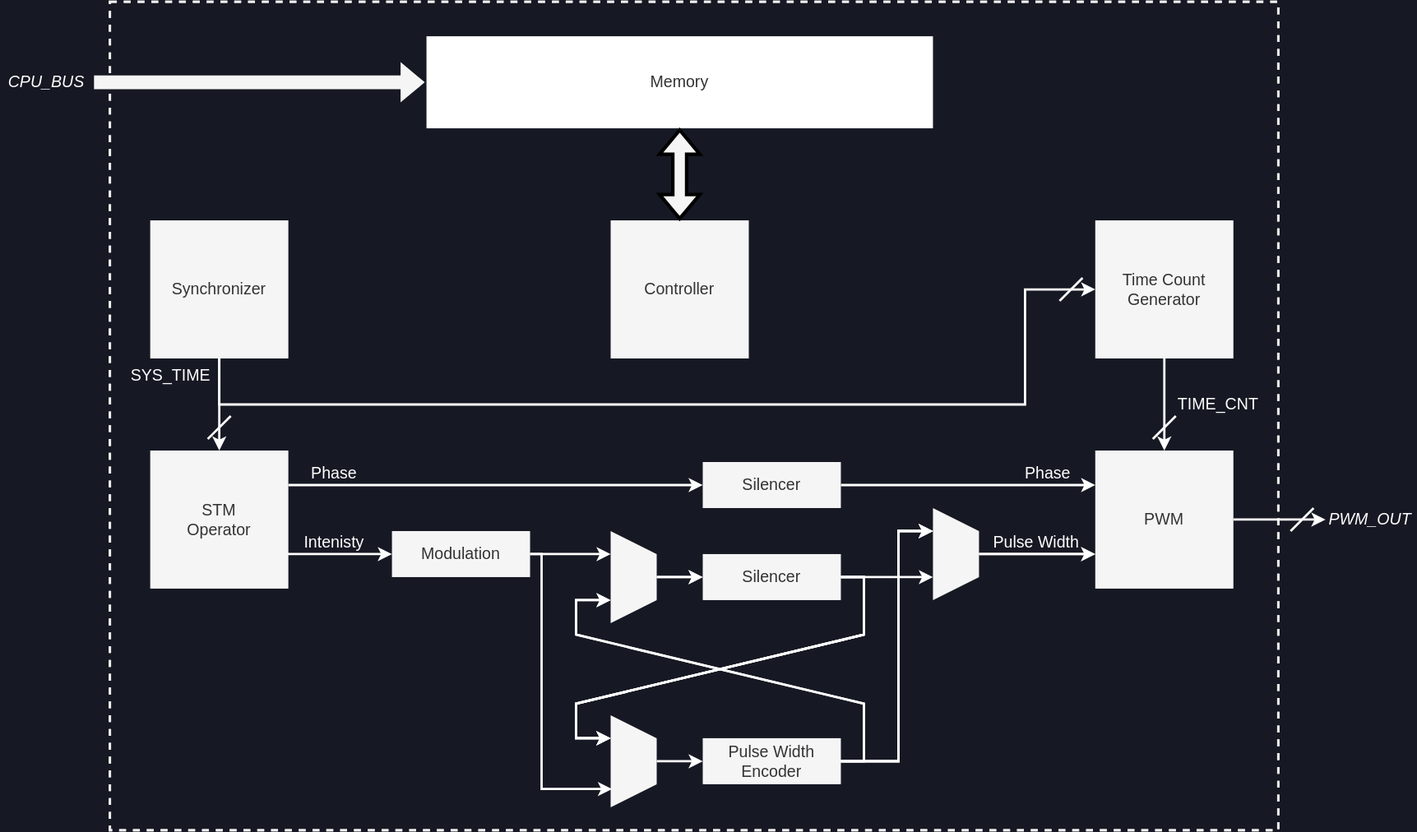
Before: src/jp/fig/Developers_Manual/FPGA/overview.svg, a diagram exported from draw.io (shinolab/autd3-doc). Source tidied: cells renumbered, new cells last; positions are measured from the earlier drawing's top-left corner, leaving out a move shared by most shapes.
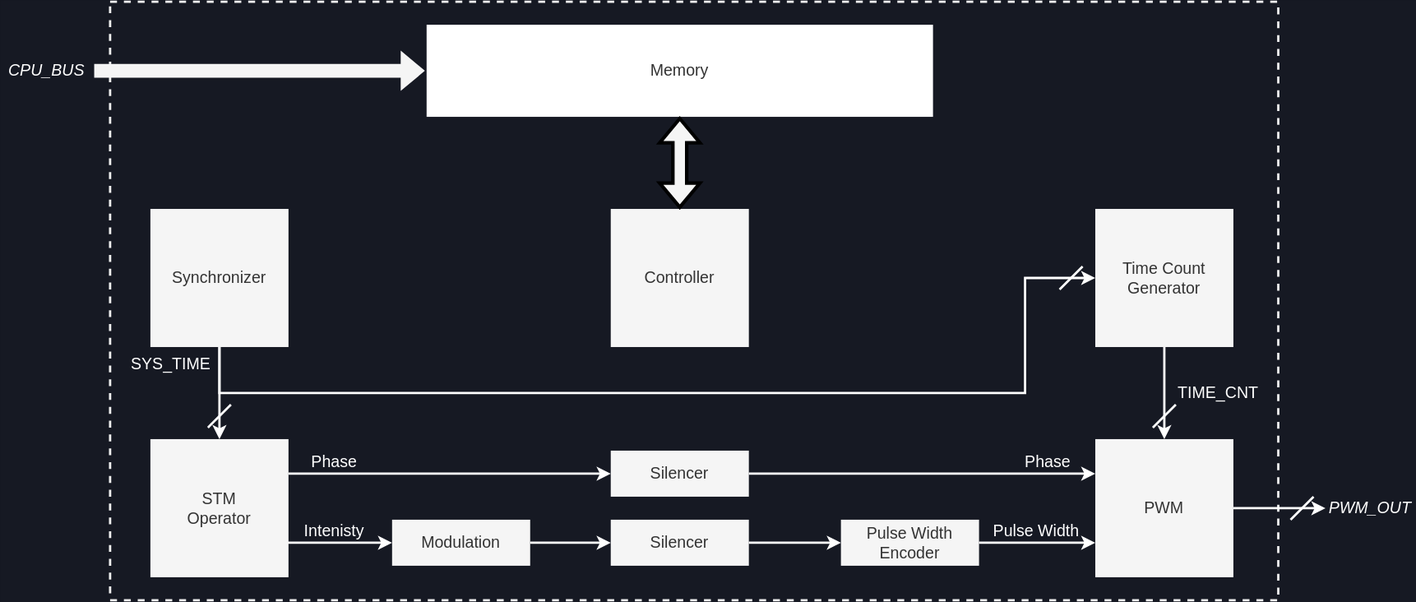
Later version of the same file.

The edit, as a diff of the source:
```diff
@@ -2,11 +2,8 @@
   <root>
     <mxCell id="0" />
     <mxCell id="1" parent="0" />
-    <mxCell id="2" style="rounded=0;whiteSpace=wrap;html=1;labelBackgroundColor=none;fontSize=14;fontColor=#333333;strokeColor=#F0F0F0;strokeWidth=2;fillColor=none;dashed=1;" parent="1" vertex="1">
-      <mxGeometry x="95" width="1015" height="720" as="geometry" />
-    </mxCell>
     <mxCell id="3" style="rounded=0;whiteSpace=wrap;html=1;labelBackgroundColor=none;fontSize=14;fontColor=#333333;strokeColor=#F0F0F0;strokeWidth=2;fillColor=none;dashed=1;" parent="1" vertex="1">
-      <mxGeometry x="95" width="1015" height="720" as="geometry" />
+      <mxGeometry x="95" y="10" width="1015" height="520" as="geometry" />
     </mxCell>
     <mxCell id="4" value="&lt;i style=&quot;font-size: 14px&quot;&gt;CPU_BUS&lt;/i&gt;" style="text;html=1;strokeColor=none;fillColor=none;align=center;verticalAlign=middle;whiteSpace=wrap;rounded=0;fontFamily=Helvetica;fontSize=14;fontColor=#FFFFFF;" parent="1" vertex="1">
       <mxGeometry y="50" width="79.7" height="40" as="geometry" />
@@ -110,201 +107,30 @@
       <mxGeometry relative="1" as="geometry" />
     </mxCell>
     <mxCell id="30" value="Silencer" style="rounded=0;whiteSpace=wrap;html=1;fontFamily=Helvetica;fontSize=14;fontColor=#333333;strokeColor=none;strokeWidth=2;fillColor=#f5f5f5;" parent="1" vertex="1">
-      <mxGeometry x="610" y="480" width="120" height="40" as="geometry" />
+      <mxGeometry x="530" y="460" width="120" height="40" as="geometry" />
     </mxCell>
     <mxCell id="31" value="Pulse Width Encoder" style="rounded=0;whiteSpace=wrap;html=1;fontFamily=Helvetica;fontSize=14;fontColor=#333333;strokeColor=none;strokeWidth=2;fillColor=#f5f5f5;" parent="1" vertex="1">
-      <mxGeometry x="610" y="640" width="120" height="40" as="geometry" />
+      <mxGeometry x="730" y="460" width="120" height="40" as="geometry" />
     </mxCell>
-    <mxCell id="32" style="edgeStyle=none;rounded=0;html=1;exitX=0.5;exitY=0;exitDx=0;exitDy=0;entryX=0;entryY=0.5;entryDx=0;entryDy=0;strokeWidth=2;strokeColor=#F0F0F0;" parent="1" edge="1" source="33" target="30">
-      <mxGeometry relative="1" as="geometry" />
-    </mxCell>
-    <mxCell id="33" style="shape=trapezoid;perimeter=trapezoidPerimeter;whiteSpace=wrap;html=1;fixedSize=1;fontSize=14;fillColor=#f5f5f5;strokeColor=none;fontColor=#333333;rounded=0;strokeWidth=2;size=20;rotation=90;" parent="1" vertex="1">
-      <mxGeometry x="510" y="480" width="80" height="40" as="geometry" />
-    </mxCell>
-    <mxCell id="34" style="endArrow=classic;html=1;exitX=1;exitY=0.5;exitDx=0;exitDy=0;entryX=0.75;entryY=1;entryDx=0;entryDy=0;rounded=0;strokeWidth=2;endFill=1;strokeColor=#F0F0F0;" parent="1" edge="1" source="31" target="33">
-      <mxGeometry relative="1" as="geometry">
-        <Array as="points">
-          <mxPoint x="750" y="660" />
-          <mxPoint x="750" y="610" />
-          <mxPoint x="500" y="550" />
-          <mxPoint x="500" y="520" />
-        </Array>
-      </mxGeometry>
-    </mxCell>
-    <mxCell id="35" style="edgeStyle=none;rounded=0;html=1;exitX=0.5;exitY=0;exitDx=0;exitDy=0;entryX=0;entryY=0.5;entryDx=0;entryDy=0;strokeWidth=2;startArrow=none;startFill=0;endArrow=classic;endFill=1;strokeColor=#FFFFFF;" parent="1" edge="1" source="36" target="31">
+    <mxCell id="35" style="edgeStyle=none;rounded=0;html=1;exitX=1;exitY=0.5;exitDx=0;exitDy=0;entryX=0;entryY=0.5;entryDx=0;entryDy=0;strokeWidth=2;startArrow=none;startFill=0;endArrow=classic;endFill=1;strokeColor=#FFFFFF;" parent="1" edge="1" source="30" target="31">
       <mxGeometry relative="1" as="geometry" />
     </mxCell>
-    <mxCell id="36" style="shape=trapezoid;perimeter=trapezoidPerimeter;whiteSpace=wrap;html=1;fixedSize=1;fontSize=14;fillColor=#f5f5f5;strokeColor=none;fontColor=#333333;rounded=0;strokeWidth=2;size=20;rotation=90;" parent="1" vertex="1">
-      <mxGeometry x="510" y="640" width="80" height="40" as="geometry" />
-    </mxCell>
-    <mxCell id="37" style="endArrow=none;html=1;rounded=0;entryX=1;entryY=0.5;entryDx=0;entryDy=0;exitX=0.25;exitY=1;exitDx=0;exitDy=0;strokeWidth=2;startArrow=classic;startFill=1;strokeColor=#F0F0F0;" parent="1" edge="1" source="36" target="30">
-      <mxGeometry relative="1" as="geometry">
-        <Array as="points">
-          <mxPoint x="500" y="640" />
-          <mxPoint x="500" y="610" />
-          <mxPoint x="750" y="550" />
-          <mxPoint x="750" y="500" />
-        </Array>
-      </mxGeometry>
-    </mxCell>
-    <mxCell id="38" style="edgeStyle=none;rounded=0;html=1;exitX=0.5;exitY=0;exitDx=0;exitDy=0;entryX=0;entryY=0.75;entryDx=0;entryDy=0;strokeWidth=2;startArrow=none;startFill=0;endArrow=classic;endFill=1;strokeColor=#F0F0F0;" parent="1" edge="1" source="39" target="10">
-      <mxGeometry relative="1" as="geometry">
-        <Array as="points">
-          <mxPoint x="910" y="480" />
-        </Array>
-      </mxGeometry>
-    </mxCell>
-    <mxCell id="39" style="shape=trapezoid;perimeter=trapezoidPerimeter;whiteSpace=wrap;html=1;fixedSize=1;fontSize=14;fillColor=#f5f5f5;strokeColor=none;fontColor=#333333;rounded=0;strokeWidth=2;size=20;rotation=90;" parent="1" vertex="1">
-      <mxGeometry x="790" y="460" width="80" height="40" as="geometry" />
-    </mxCell>
-    <mxCell id="40" style="endArrow=none;html=1;rounded=0;strokeWidth=2;entryX=1;entryY=0.5;entryDx=0;entryDy=0;exitX=0.75;exitY=1;exitDx=0;exitDy=0;endFill=0;startArrow=classic;startFill=1;" parent="1" edge="1" source="39" target="30">
-      <mxGeometry relative="1" as="geometry">
-        <Array as="points">
-          <mxPoint x="770" y="500" />
-          <mxPoint x="750" y="500" />
-        </Array>
-      </mxGeometry>
-    </mxCell>
-    <mxCell id="41" style="endArrow=none;html=1;rounded=0;strokeWidth=2;entryX=1;entryY=0.5;entryDx=0;entryDy=0;exitX=0.25;exitY=1;exitDx=0;exitDy=0;startArrow=classic;startFill=1;strokeColor=#F0F0F0;" parent="1" edge="1" source="39" target="31">
-      <mxGeometry relative="1" as="geometry">
-        <Array as="points">
-          <mxPoint x="780" y="460" />
-          <mxPoint x="780" y="660" />
-        </Array>
-      </mxGeometry>
-    </mxCell>
-    <mxCell id="42" style="endArrow=classic;html=1;rounded=0;strokeWidth=2;entryX=0.25;entryY=1;entryDx=0;entryDy=0;endFill=1;exitX=1;exitY=0.5;exitDx=0;exitDy=0;strokeColor=#FFFFFF;" parent="1" edge="1" source="5" target="33">
+    <mxCell id="42" style="endArrow=classic;html=1;rounded=0;strokeWidth=2;entryX=0;entryY=0.5;entryDx=0;entryDy=0;endFill=1;exitX=1;exitY=0.5;exitDx=0;exitDy=0;strokeColor=#FFFFFF;" parent="1" edge="1" source="5" target="30">
       <mxGeometry relative="1" as="geometry" />
     </mxCell>
     <mxCell id="43" value="&lt;span style=&quot;font-size: 14px&quot;&gt;Pulse Width&lt;/span&gt;" style="text;html=1;strokeColor=none;fillColor=none;align=center;verticalAlign=middle;whiteSpace=wrap;rounded=0;fontFamily=Helvetica;fontSize=14;fontColor=#FFFFFF;strokeWidth=2;" parent="1" vertex="1">
       <mxGeometry x="860" y="460" width="80" height="19" as="geometry" />
     </mxCell>
     <mxCell id="44" value="Silencer" style="rounded=0;whiteSpace=wrap;html=1;fontFamily=Helvetica;fontSize=14;fontColor=#333333;strokeColor=none;strokeWidth=2;fillColor=#f5f5f5;" parent="1" vertex="1">
-      <mxGeometry x="610" y="400" width="120" height="40" as="geometry" />
+      <mxGeometry x="530" y="400" width="120" height="40" as="geometry" />
     </mxCell>
     <mxCell id="45" value="&lt;span style=&quot;font-size: 14px&quot;&gt;Phase&lt;/span&gt;" style="text;html=1;strokeColor=none;fillColor=none;align=center;verticalAlign=middle;whiteSpace=wrap;rounded=0;fontFamily=Helvetica;fontSize=14;fontColor=#FFFFFF;strokeWidth=2;" parent="1" vertex="1">
       <mxGeometry x="260" y="400" width="60" height="20" as="geometry" />
     </mxCell>
-    <mxCell id="46" style="endArrow=classic;html=1;rounded=0;strokeWidth=2;entryX=0.802;entryY=0.97;entryDx=0;entryDy=0;endFill=1;exitX=1;exitY=0.5;exitDx=0;exitDy=0;entryPerimeter=0;strokeColor=#FFFFFF;" parent="1" edge="1" source="5" target="36">
-      <mxGeometry relative="1" as="geometry">
-        <Array as="points">
-          <mxPoint x="470" y="480" />
-          <mxPoint x="470" y="684" />
-        </Array>
-      </mxGeometry>
-    </mxCell>
-    <mxCell id="47" style="endArrow=none;html=1;rounded=0;strokeWidth=2;entryX=1;entryY=0.5;entryDx=0;entryDy=0;exitX=0.25;exitY=1;exitDx=0;exitDy=0;startArrow=classic;startFill=1;strokeColor=#F0F0F0;" parent="1" edge="1">
-      <mxGeometry relative="1" as="geometry">
-        <mxPoint x="810" y="460" as="sourcePoint" />
-        <mxPoint x="730" y="660" as="targetPoint" />
-        <Array as="points">
-          <mxPoint x="780" y="460" />
-          <mxPoint x="780" y="660" />
-        </Array>
-      </mxGeometry>
-    </mxCell>
-    <mxCell id="48" style="endArrow=none;html=1;rounded=0;entryX=1;entryY=0.5;entryDx=0;entryDy=0;exitX=0.25;exitY=1;exitDx=0;exitDy=0;strokeWidth=2;startArrow=classic;startFill=1;strokeColor=#F0F0F0;" parent="1" edge="1">
-      <mxGeometry relative="1" as="geometry">
-        <mxPoint x="530" y="640" as="sourcePoint" />
-        <mxPoint x="730" y="500" as="targetPoint" />
-        <Array as="points">
-          <mxPoint x="500" y="640" />
-          <mxPoint x="500" y="610" />
-          <mxPoint x="750" y="550" />
-          <mxPoint x="750" y="500" />
-        </Array>
-      </mxGeometry>
-    </mxCell>
-    <mxCell id="49" style="endArrow=none;html=1;rounded=0;strokeWidth=2;entryX=1;entryY=0.5;entryDx=0;entryDy=0;exitX=0.25;exitY=1;exitDx=0;exitDy=0;startArrow=classic;startFill=1;strokeColor=#F0F0F0;" parent="1" edge="1">
-      <mxGeometry relative="1" as="geometry">
-        <mxPoint x="810" y="460" as="sourcePoint" />
-        <mxPoint x="730" y="660" as="targetPoint" />
-        <Array as="points">
-          <mxPoint x="780" y="460" />
-          <mxPoint x="780" y="660" />
-        </Array>
-      </mxGeometry>
-    </mxCell>
-    <mxCell id="50" style="endArrow=none;html=1;rounded=0;entryX=1;entryY=0.5;entryDx=0;entryDy=0;exitX=0.25;exitY=1;exitDx=0;exitDy=0;strokeWidth=2;startArrow=classic;startFill=1;strokeColor=#F0F0F0;" parent="1" edge="1">
-      <mxGeometry relative="1" as="geometry">
-        <mxPoint x="530" y="640" as="sourcePoint" />
-        <mxPoint x="730" y="500" as="targetPoint" />
-        <Array as="points">
-          <mxPoint x="500" y="640" />
-          <mxPoint x="500" y="610" />
-          <mxPoint x="750" y="550" />
-          <mxPoint x="750" y="500" />
-        </Array>
-      </mxGeometry>
-    </mxCell>
-    <mxCell id="51" style="edgeStyle=none;rounded=0;html=1;exitX=0.5;exitY=0;exitDx=0;exitDy=0;entryX=0;entryY=0.75;entryDx=0;entryDy=0;strokeWidth=2;startArrow=none;startFill=0;endArrow=classic;endFill=1;strokeColor=#FFFFFF;" parent="1" edge="1">
+    <mxCell id="51" style="edgeStyle=none;rounded=0;html=1;exitX=1;exitY=0.5;exitDx=0;exitDy=0;entryX=0;entryY=0.75;entryDx=0;entryDy=0;strokeWidth=2;startArrow=none;startFill=0;endArrow=classic;endFill=1;strokeColor=#FFFFFF;" parent="1" edge="1" source="31">
       <mxGeometry relative="1" as="geometry">
-        <mxPoint x="850" y="480" as="sourcePoint" />
         <mxPoint x="951" y="480" as="targetPoint" />
-        <Array as="points">
-          <mxPoint x="910" y="480" />
-        </Array>
       </mxGeometry>
     </mxCell>
-    <mxCell id="52" style="endArrow=none;html=1;rounded=0;strokeWidth=2;entryX=1;entryY=0.5;entryDx=0;entryDy=0;exitX=0.25;exitY=1;exitDx=0;exitDy=0;startArrow=classic;startFill=1;strokeColor=#F0F0F0;" parent="1" edge="1">
-      <mxGeometry relative="1" as="geometry">
-        <mxPoint x="810" y="460" as="sourcePoint" />
-        <mxPoint x="730" y="660" as="targetPoint" />
-        <Array as="points">
-          <mxPoint x="780" y="460" />
-          <mxPoint x="780" y="660" />
-        </Array>
-      </mxGeometry>
-    </mxCell>
-    <mxCell id="53" style="endArrow=classic;html=1;exitX=1;exitY=0.5;exitDx=0;exitDy=0;entryX=0.75;entryY=1;entryDx=0;entryDy=0;rounded=0;strokeWidth=2;endFill=1;strokeColor=#FFFFFF;" parent="1" edge="1">
-      <mxGeometry relative="1" as="geometry">
-        <mxPoint x="730" y="660" as="sourcePoint" />
-        <mxPoint x="530" y="520" as="targetPoint" />
-        <Array as="points">
-          <mxPoint x="750" y="660" />
-          <mxPoint x="750" y="610" />
-          <mxPoint x="500" y="550" />
-          <mxPoint x="500" y="520" />
-        </Array>
-      </mxGeometry>
-    </mxCell>
-    <mxCell id="54" style="endArrow=none;html=1;rounded=0;strokeWidth=2;entryX=1;entryY=0.5;entryDx=0;entryDy=0;exitX=0.25;exitY=1;exitDx=0;exitDy=0;startArrow=classic;startFill=1;strokeColor=#FFFFFF;" parent="1" edge="1">
-      <mxGeometry relative="1" as="geometry">
-        <mxPoint x="810" y="460" as="sourcePoint" />
-        <mxPoint x="730" y="660" as="targetPoint" />
-        <Array as="points">
-          <mxPoint x="780" y="460" />
-          <mxPoint x="780" y="660" />
-        </Array>
-      </mxGeometry>
-    </mxCell>
-    <mxCell id="55" style="endArrow=none;html=1;rounded=0;entryX=1;entryY=0.5;entryDx=0;entryDy=0;exitX=0.25;exitY=1;exitDx=0;exitDy=0;strokeWidth=2;startArrow=classic;startFill=1;strokeColor=#FFFFFF;" parent="1" edge="1">
-      <mxGeometry relative="1" as="geometry">
-        <mxPoint x="530" y="640" as="sourcePoint" />
-        <mxPoint x="730" y="500" as="targetPoint" />
-        <Array as="points">
-          <mxPoint x="500" y="640" />
-          <mxPoint x="500" y="610" />
-          <mxPoint x="750" y="550" />
-          <mxPoint x="750" y="500" />
-        </Array>
-      </mxGeometry>
-    </mxCell>
-    <mxCell id="56" style="endArrow=none;html=1;rounded=0;strokeWidth=2;entryX=1;entryY=0.5;entryDx=0;entryDy=0;exitX=0.75;exitY=1;exitDx=0;exitDy=0;endFill=0;startArrow=classic;startFill=1;strokeColor=#FFFFFF;" parent="1" edge="1">
-      <mxGeometry relative="1" as="geometry">
-        <mxPoint x="810" y="500" as="sourcePoint" />
-        <mxPoint x="730" y="500" as="targetPoint" />
-        <Array as="points">
-          <mxPoint x="770" y="500" />
-          <mxPoint x="750" y="500" />
-        </Array>
-      </mxGeometry>
-    </mxCell>
-    <mxCell id="57" style="edgeStyle=none;rounded=0;html=1;exitX=0.5;exitY=0;exitDx=0;exitDy=0;entryX=0;entryY=0.5;entryDx=0;entryDy=0;strokeWidth=2;strokeColor=#FFFFFF;" parent="1" edge="1">
-      <mxGeometry relative="1" as="geometry">
-        <mxPoint x="570" y="500" as="sourcePoint" />
-        <mxPoint x="610" y="500" as="targetPoint" />
-      </mxGeometry>
-    </mxCell>
   </root>
 </mxGraphModel>
```
